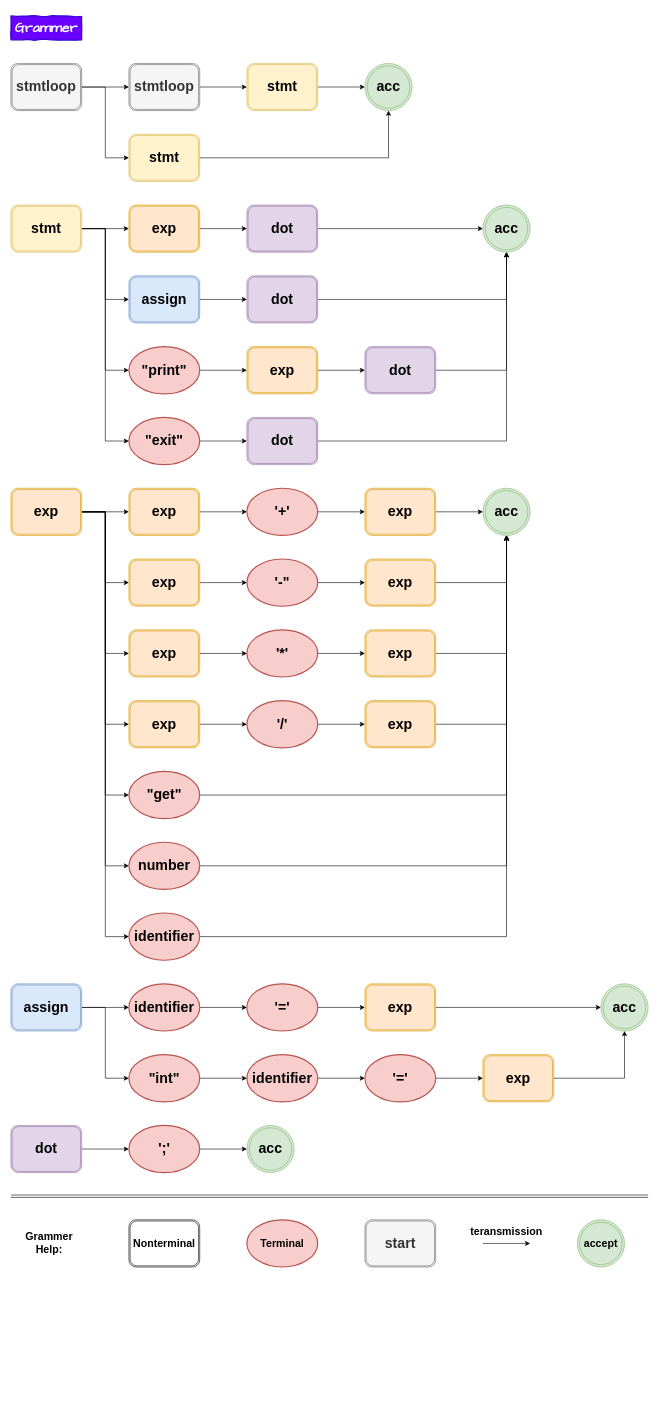
The draw.io diagram Grammer.drawio in maktoobgar/simple_compiler, before the edit. Source tidied: cells renumbered, new cells numbered last; positions are measured from the earlier drawing's top-left corner, leaving out a move shared by most shapes. Both pictures are drawn from the tidied source at 59%, with x=0, y=0 at pixel (11, 16).
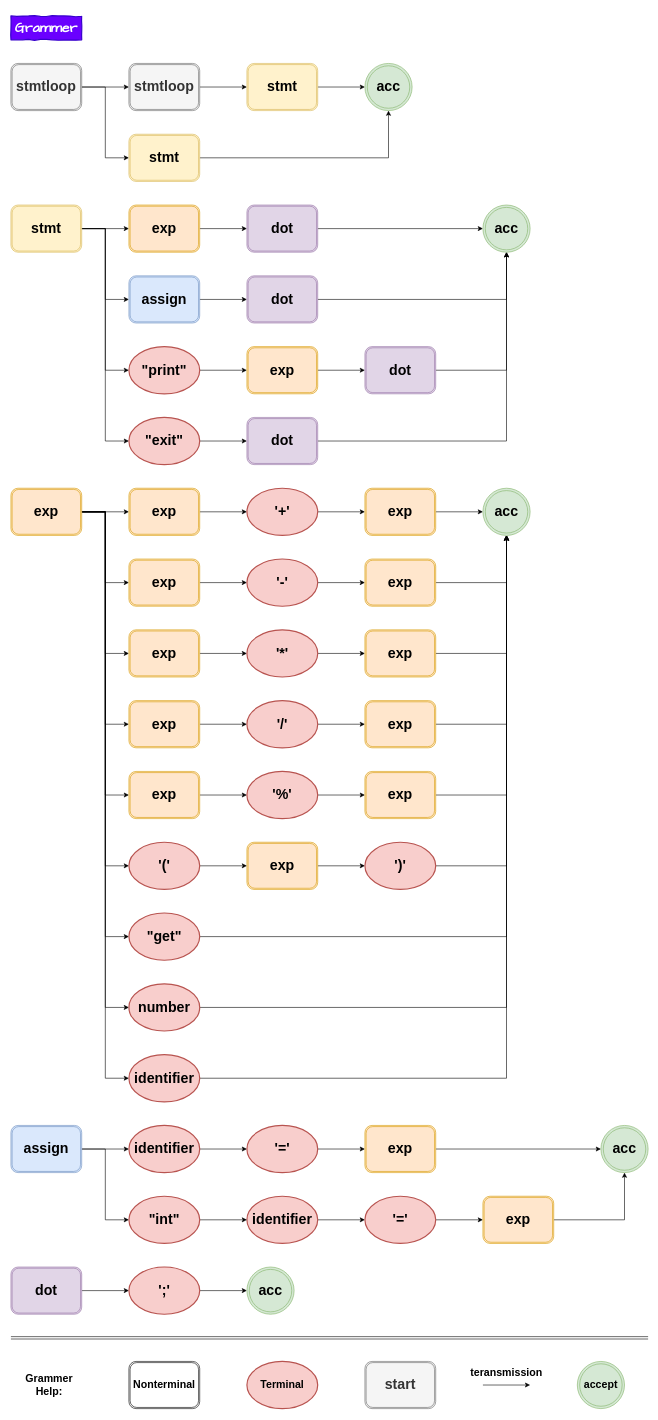
The same page after the edit.

The change refers to these unchanged cells:
```xml
<mxCell id="44" value="&lt;h1&gt;exp&lt;/h1&gt;" style="shape=ext;double=1;rounded=1;whiteSpace=wrap;html=1;fillColor=#ffe6cc;strokeColor=#d79b00;" parent="1" vertex="1">
  <mxGeometry y="800" width="120" height="80" as="geometry" />
</mxCell>
<mxCell id="69" value="&lt;h1&gt;&lt;b&gt;acc&lt;/b&gt;&lt;/h1&gt;" style="ellipse;shape=doubleEllipse;whiteSpace=wrap;html=1;fillColor=#d5e8d4;strokeColor=#82b366;" parent="1" vertex="1">
  <mxGeometry x="800" y="800" width="80" height="80" as="geometry" />
</mxCell>
```

What changed in the source:
```diff
@@
+    <mxCell id="107" style="edgeStyle=orthogonalEdgeStyle;rounded=0;jettySize=auto;html=1;entryX=0;entryY=0.5;entryDx=0;entryDy=0;entryPerimeter=0;" parent="1" edge="1" source="44" target="118">
+      <mxGeometry relative="1" as="geometry" />
+    </mxCell>
+    <mxCell id="108" style="edgeStyle=orthogonalEdgeStyle;rounded=0;jettySize=auto;html=1;entryX=0;entryY=0.5;entryDx=0;entryDy=0;" parent="1" edge="1" source="44" target="110">
+      <mxGeometry relative="1" as="geometry" />
+    </mxCell>
@@
-    <mxCell id="54" value="&lt;h1&gt;&lt;b&gt;'-&quot;&lt;/b&gt;&lt;/h1&gt;" style="strokeWidth=2;html=1;shape=mxgraph.flowchart.start_1;whiteSpace=wrap;fillColor=#f8cecc;strokeColor=#b85450;" parent="1" vertex="1">
+    <mxCell id="54" value="&lt;h1&gt;&lt;b&gt;'-'&lt;/b&gt;&lt;/h1&gt;" style="strokeWidth=2;html=1;shape=mxgraph.flowchart.start_1;whiteSpace=wrap;fillColor=#f8cecc;strokeColor=#b85450;" parent="1" vertex="1">
       <mxGeometry x="400" y="920" width="120" height="80" as="geometry" />
     </mxCell>
@@
     <mxCell id="71" value="&lt;h1&gt;&lt;b&gt;number&lt;/b&gt;&lt;/h1&gt;" style="strokeWidth=2;html=1;shape=mxgraph.flowchart.start_1;whiteSpace=wrap;fillColor=#f8cecc;strokeColor=#b85450;" parent="1" vertex="1">
-      <mxGeometry x="200" y="1400" width="120" height="80" as="geometry" />
+      <mxGeometry x="200" y="1640" width="120" height="80" as="geometry" />
     </mxCell>
@@
     <mxCell id="73" value="&lt;h1&gt;&lt;b&gt;identifier&lt;/b&gt;&lt;/h1&gt;" style="strokeWidth=2;html=1;shape=mxgraph.flowchart.start_1;whiteSpace=wrap;fillColor=#f8cecc;strokeColor=#b85450;" parent="1" vertex="1">
-      <mxGeometry x="200" y="1520" width="120" height="80" as="geometry" />
+      <mxGeometry x="200" y="1760" width="120" height="80" as="geometry" />
     </mxCell>
@@
     <mxCell id="75" value="&lt;h1&gt;&lt;b&gt;&quot;get&quot;&lt;/b&gt;&lt;/h1&gt;" style="strokeWidth=2;html=1;shape=mxgraph.flowchart.start_1;whiteSpace=wrap;fillColor=#f8cecc;strokeColor=#b85450;" parent="1" vertex="1">
-      <mxGeometry x="200" y="1280" width="120" height="80" as="geometry" />
+      <mxGeometry x="200" y="1520" width="120" height="80" as="geometry" />
     </mxCell>
@@
     <mxCell id="78" value="&lt;h1&gt;&lt;b&gt;assign&lt;/b&gt;&lt;/h1&gt;" style="shape=ext;double=1;rounded=1;whiteSpace=wrap;html=1;fillColor=#dae8fc;strokeColor=#6c8ebf;" parent="1" vertex="1">
-      <mxGeometry y="1640" width="120" height="80" as="geometry" />
+      <mxGeometry y="1880" width="120" height="80" as="geometry" />
     </mxCell>
@@
     <mxCell id="80" value="&lt;h1&gt;&lt;b&gt;identifier&lt;/b&gt;&lt;/h1&gt;" style="strokeWidth=2;html=1;shape=mxgraph.flowchart.start_1;whiteSpace=wrap;fillColor=#f8cecc;strokeColor=#b85450;" parent="1" vertex="1">
-      <mxGeometry x="200" y="1640" width="120" height="80" as="geometry" />
+      <mxGeometry x="200" y="1880" width="120" height="80" as="geometry" />
     </mxCell>
@@
     <mxCell id="82" value="&lt;h1&gt;&lt;b&gt;'='&lt;/b&gt;&lt;/h1&gt;" style="strokeWidth=2;html=1;shape=mxgraph.flowchart.start_1;whiteSpace=wrap;fillColor=#f8cecc;strokeColor=#b85450;" parent="1" vertex="1">
-      <mxGeometry x="400" y="1640" width="120" height="80" as="geometry" />
+      <mxGeometry x="400" y="1880" width="120" height="80" as="geometry" />
     </mxCell>
@@
     <mxCell id="84" value="&lt;h1&gt;exp&lt;/h1&gt;" style="shape=ext;double=1;rounded=1;whiteSpace=wrap;html=1;fillColor=#ffe6cc;strokeColor=#d79b00;" parent="1" vertex="1">
-      <mxGeometry x="600" y="1640" width="120" height="80" as="geometry" />
+      <mxGeometry x="600" y="1880" width="120" height="80" as="geometry" />
     </mxCell>
     <mxCell id="85" value="&lt;h1&gt;&lt;b&gt;acc&lt;/b&gt;&lt;/h1&gt;" style="ellipse;shape=doubleEllipse;whiteSpace=wrap;html=1;fillColor=#d5e8d4;strokeColor=#82b366;" parent="1" vertex="1">
-      <mxGeometry x="1000" y="1640" width="80" height="80" as="geometry" />
+      <mxGeometry x="1000" y="1880" width="80" height="80" as="geometry" />
     </mxCell>
@@
     <mxCell id="87" value="&lt;h1&gt;&lt;b&gt;identifier&lt;/b&gt;&lt;/h1&gt;" style="strokeWidth=2;html=1;shape=mxgraph.flowchart.start_1;whiteSpace=wrap;fillColor=#f8cecc;strokeColor=#b85450;" parent="1" vertex="1">
-      <mxGeometry x="400" y="1760" width="120" height="80" as="geometry" />
+      <mxGeometry x="400" y="2000" width="120" height="80" as="geometry" />
     </mxCell>
@@
     <mxCell id="89" value="&lt;h1&gt;&lt;b&gt;'='&lt;/b&gt;&lt;/h1&gt;" style="strokeWidth=2;html=1;shape=mxgraph.flowchart.start_1;whiteSpace=wrap;fillColor=#f8cecc;strokeColor=#b85450;" parent="1" vertex="1">
-      <mxGeometry x="600" y="1760" width="120" height="80" as="geometry" />
+      <mxGeometry x="600" y="2000" width="120" height="80" as="geometry" />
     </mxCell>
@@
     <mxCell id="91" value="&lt;h1&gt;exp&lt;/h1&gt;" style="shape=ext;double=1;rounded=1;whiteSpace=wrap;html=1;fillColor=#ffe6cc;strokeColor=#d79b00;" parent="1" vertex="1">
-      <mxGeometry x="800" y="1760" width="120" height="80" as="geometry" />
+      <mxGeometry x="800" y="2000" width="120" height="80" as="geometry" />
     </mxCell>
@@
     <mxCell id="93" value="&lt;h1&gt;&lt;b&gt;&quot;int&quot;&lt;/b&gt;&lt;/h1&gt;" style="strokeWidth=2;html=1;shape=mxgraph.flowchart.start_1;whiteSpace=wrap;fillColor=#f8cecc;strokeColor=#b85450;" parent="1" vertex="1">
-      <mxGeometry x="200" y="1760" width="120" height="80" as="geometry" />
+      <mxGeometry x="200" y="2000" width="120" height="80" as="geometry" />
     </mxCell>
@@
     <mxCell id="95" value="&lt;h1&gt;&lt;b&gt;dot&lt;/b&gt;&lt;/h1&gt;" style="shape=ext;double=1;rounded=1;whiteSpace=wrap;html=1;fillColor=#e1d5e7;strokeColor=#9673a6;" parent="1" vertex="1">
-      <mxGeometry y="1880" width="120" height="80" as="geometry" />
+      <mxGeometry y="2120" width="120" height="80" as="geometry" />
     </mxCell>
@@
     <mxCell id="97" value="&lt;h1&gt;&lt;b&gt;';'&lt;/b&gt;&lt;/h1&gt;" style="strokeWidth=2;html=1;shape=mxgraph.flowchart.start_1;whiteSpace=wrap;fillColor=#f8cecc;strokeColor=#b85450;" parent="1" vertex="1">
-      <mxGeometry x="200" y="1880" width="120" height="80" as="geometry" />
+      <mxGeometry x="200" y="2120" width="120" height="80" as="geometry" />
     </mxCell>
     <mxCell id="98" value="&lt;h1&gt;&lt;b&gt;acc&lt;/b&gt;&lt;/h1&gt;" style="ellipse;shape=doubleEllipse;whiteSpace=wrap;html=1;fillColor=#d5e8d4;strokeColor=#82b366;" parent="1" vertex="1">
-      <mxGeometry x="400" y="1880" width="80" height="80" as="geometry" />
+      <mxGeometry x="400" y="2120" width="80" height="80" as="geometry" />
     </mxCell>
     <mxCell id="99" value="&lt;h2&gt;Nonterminal&lt;/h2&gt;" style="shape=ext;double=1;rounded=1;whiteSpace=wrap;html=1;" parent="1" vertex="1">
-      <mxGeometry x="200" y="2040" width="120" height="80" as="geometry" />
+      <mxGeometry x="200" y="2280" width="120" height="80" as="geometry" />
     </mxCell>
     <mxCell id="100" value="&lt;h2&gt;&lt;b&gt;Terminal&lt;/b&gt;&lt;/h2&gt;" style="strokeWidth=2;html=1;shape=mxgraph.flowchart.start_1;whiteSpace=wrap;fillColor=#f8cecc;strokeColor=#b85450;" parent="1" vertex="1">
-      <mxGeometry x="400" y="2040" width="120" height="80" as="geometry" />
+      <mxGeometry x="400" y="2280" width="120" height="80" as="geometry" />
     </mxCell>
     <mxCell id="101" style="shape=link;html=1;" parent="1" edge="1">
       <mxGeometry relative="1" as="geometry">
-        <mxPoint y="2000" as="sourcePoint" />
-        <mxPoint x="1080" y="2000" as="targetPoint" />
+        <mxPoint y="2240" as="sourcePoint" />
+        <mxPoint x="1080" y="2240" as="targetPoint" />
       </mxGeometry>
     </mxCell>
     <mxCell id="102" value="&lt;h2&gt;&lt;b&gt;accept&lt;/b&gt;&lt;/h2&gt;" style="ellipse;shape=doubleEllipse;whiteSpace=wrap;html=1;fillColor=#d5e8d4;strokeColor=#82b366;" parent="1" vertex="1">
-      <mxGeometry x="960" y="2040" width="80" height="80" as="geometry" />
+      <mxGeometry x="960" y="2280" width="80" height="80" as="geometry" />
     </mxCell>
     <mxCell id="103" style="endArrow=classic;html=1;" parent="1" edge="1">
       <mxGeometry relative="1" as="geometry">
-        <mxPoint x="800" y="2080" as="sourcePoint" />
-        <mxPoint x="880" y="2080" as="targetPoint" />
+        <mxPoint x="800" y="2320" as="sourcePoint" />
+        <mxPoint x="880" y="2320" as="targetPoint" />
       </mxGeometry>
     </mxCell>
     <mxCell id="104" value="&lt;h2&gt;&lt;b&gt;teransmission&lt;/b&gt;&lt;/h2&gt;" style="text;html=1;strokeColor=none;fillColor=none;align=center;verticalAlign=middle;whiteSpace=wrap;rounded=0;" parent="1" vertex="1">
-      <mxGeometry x="770" y="2050" width="140" height="20" as="geometry" />
+      <mxGeometry x="770" y="2290" width="140" height="20" as="geometry" />
     </mxCell>
     <mxCell id="105" value="&lt;h1&gt;start&lt;/h1&gt;" style="shape=ext;double=1;rounded=1;whiteSpace=wrap;html=1;fillColor=#f5f5f5;strokeColor=#666666;fontColor=#333333;" parent="1" vertex="1">
-      <mxGeometry x="600" y="2040" width="120" height="80" as="geometry" />
+      <mxGeometry x="600" y="2280" width="120" height="80" as="geometry" />
     </mxCell>
     <mxCell id="106" value="&lt;h2&gt;&lt;b&gt;Grammer Help:&lt;/b&gt;&lt;/h2&gt;" style="text;html=1;strokeColor=none;fillColor=none;align=center;verticalAlign=middle;whiteSpace=wrap;rounded=0;" parent="1" vertex="1">
-      <mxGeometry y="2070" width="130" height="20" as="geometry" />
+      <mxGeometry y="2310" width="130" height="20" as="geometry" />
     </mxCell>
+    <mxCell id="109" style="edgeStyle=orthogonalEdgeStyle;rounded=0;jettySize=auto;html=1;" parent="1" edge="1" source="110" target="112">
+      <mxGeometry relative="1" as="geometry" />
+    </mxCell>
+    <mxCell id="110" value="&lt;h1&gt;exp&lt;/h1&gt;" style="shape=ext;double=1;rounded=1;whiteSpace=wrap;html=1;fillColor=#ffe6cc;strokeColor=#d79b00;" parent="1" vertex="1">
+      <mxGeometry x="200" y="1280" width="120" height="80" as="geometry" />
+    </mxCell>
+    <mxCell id="111" style="edgeStyle=orthogonalEdgeStyle;rounded=0;jettySize=auto;html=1;" parent="1" edge="1" source="112" target="114">
+      <mxGeometry relative="1" as="geometry" />
+    </mxCell>
+    <mxCell id="112" value="&lt;h1&gt;&lt;b&gt;'%'&lt;/b&gt;&lt;/h1&gt;" style="strokeWidth=2;html=1;shape=mxgraph.flowchart.start_1;whiteSpace=wrap;fillColor=#f8cecc;strokeColor=#b85450;" parent="1" vertex="1">
+      <mxGeometry x="400" y="1280" width="120" height="80" as="geometry" />
+    </mxCell>
+    <mxCell id="113" style="edgeStyle=orthogonalEdgeStyle;rounded=0;jettySize=auto;html=1;" parent="1" edge="1" source="114" target="69">
+      <mxGeometry relative="1" as="geometry" />
+    </mxCell>
+    <mxCell id="114" value="&lt;h1&gt;exp&lt;/h1&gt;" style="shape=ext;double=1;rounded=1;whiteSpace=wrap;html=1;fillColor=#ffe6cc;strokeColor=#d79b00;" parent="1" vertex="1">
+      <mxGeometry x="600" y="1280" width="120" height="80" as="geometry" />
+    </mxCell>
+    <mxCell id="115" style="edgeStyle=orthogonalEdgeStyle;rounded=0;jettySize=auto;html=1;" parent="1" edge="1" source="116" target="120">
+      <mxGeometry relative="1" as="geometry" />
+    </mxCell>
+    <mxCell id="116" value="&lt;h1&gt;exp&lt;/h1&gt;" style="shape=ext;double=1;rounded=1;whiteSpace=wrap;html=1;fillColor=#ffe6cc;strokeColor=#d79b00;" parent="1" vertex="1">
+      <mxGeometry x="400" y="1400" width="120" height="80" as="geometry" />
+    </mxCell>
+    <mxCell id="117" style="edgeStyle=orthogonalEdgeStyle;rounded=0;jettySize=auto;html=1;" parent="1" edge="1" source="118" target="116">
+      <mxGeometry relative="1" as="geometry" />
+    </mxCell>
+    <mxCell id="118" value="&lt;h1&gt;&lt;b&gt;'('&lt;/b&gt;&lt;/h1&gt;" style="strokeWidth=2;html=1;shape=mxgraph.flowchart.start_1;whiteSpace=wrap;fillColor=#f8cecc;strokeColor=#b85450;" parent="1" vertex="1">
+      <mxGeometry x="200" y="1400" width="120" height="80" as="geometry" />
+    </mxCell>
+    <mxCell id="119" style="edgeStyle=orthogonalEdgeStyle;rounded=0;jettySize=auto;html=1;" parent="1" edge="1" source="120" target="69">
+      <mxGeometry relative="1" as="geometry" />
+    </mxCell>
+    <mxCell id="120" value="&lt;h1&gt;&lt;b&gt;')'&lt;/b&gt;&lt;/h1&gt;" style="strokeWidth=2;html=1;shape=mxgraph.flowchart.start_1;whiteSpace=wrap;fillColor=#f8cecc;strokeColor=#b85450;" parent="1" vertex="1">
+      <mxGeometry x="600" y="1400" width="120" height="80" as="geometry" />
+    </mxCell>
```
